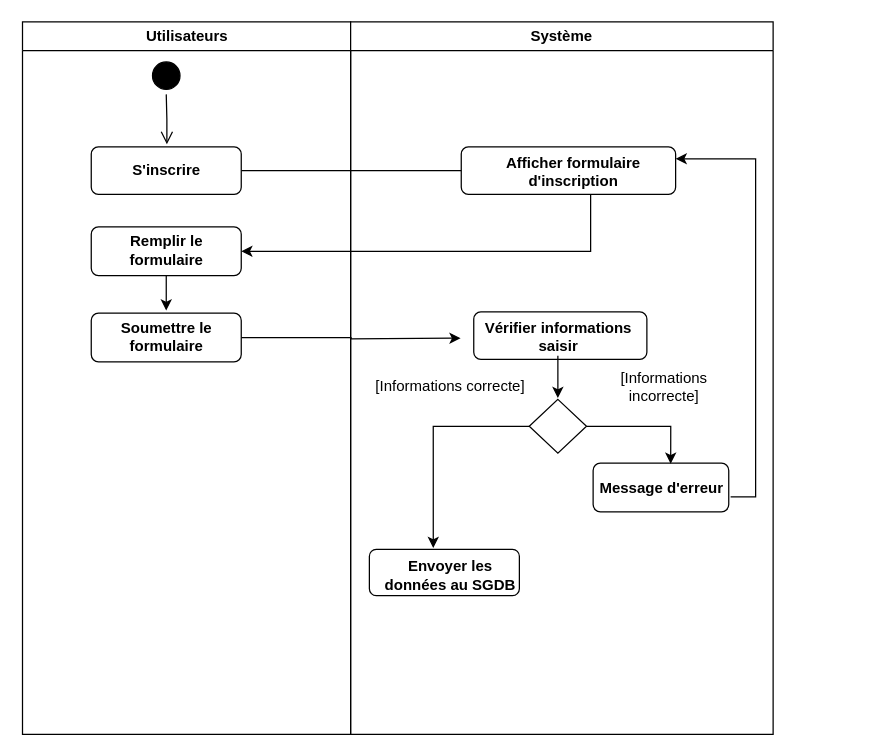
Before: act3.drawio in louis-fresnel99/TpGasaL1, a draw.io diagram. Source tidied: cells renumbered, new cells numbered last; positions are measured from the earlier drawing's top-left corner, leaving out a move shared by most shapes. Both pictures are drawn from the tidied source at 125%, with x=0, y=0 at pixel (21, 21).
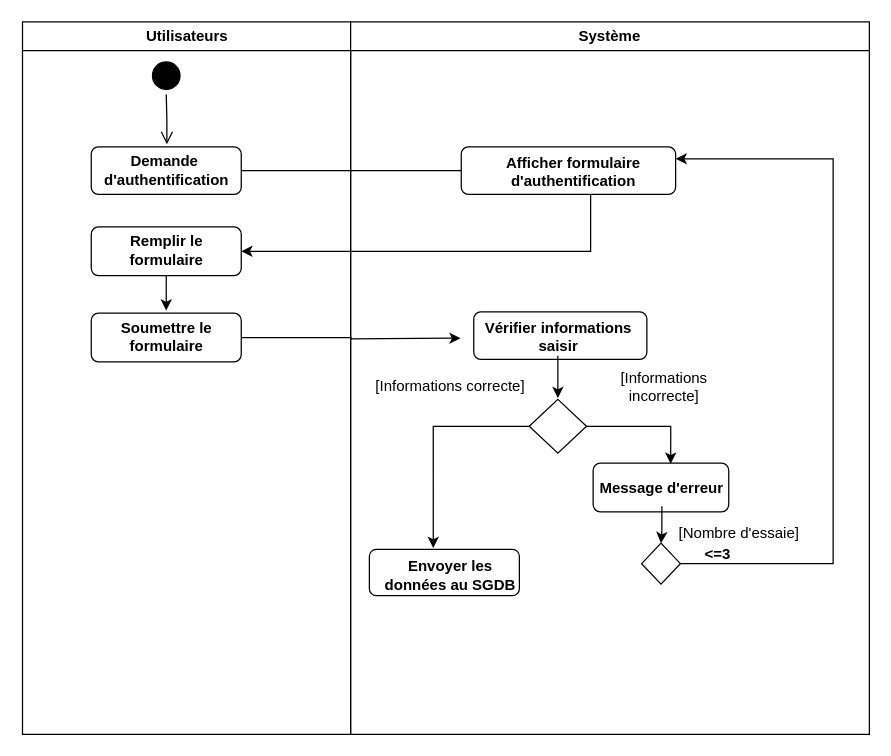
The same page after the edit.

Commit message (it also covers changes not shown here):
Mettre à jour act3.drawio

The change refers to these unchanged cells:
```xml
<mxCell id="2" value="Utilisateurs" style="swimlane;whiteSpace=wrap;" parent="1" vertex="1">
  <mxGeometry x="0.5" width="262.5" height="570" as="geometry" />
</mxCell>
<mxCell id="15" style="rounded=1;whiteSpace=wrap;html=1;" parent="14" vertex="1">
  <mxGeometry x="88.5" y="100" width="171.5" height="38" as="geometry" />
</mxCell>
<mxCell id="25" value="&lt;b&gt;Message d'erreur&lt;/b&gt;" style="text;html=1;align=center;verticalAlign=middle;whiteSpace=wrap;rounded=0;" parent="14" vertex="1">
  <mxGeometry x="194" y="357.5" width="110" height="30" as="geometry" />
</mxCell>
```

Diff of the diagram source:
```diff
@@
-    <mxCell id="7" value="&lt;b&gt;S'inscrire&lt;/b&gt;" style="text;html=1;align=center;verticalAlign=middle;whiteSpace=wrap;rounded=0;" parent="2" vertex="1">
+    <mxCell id="7" value="&lt;b&gt;Demande&amp;nbsp; d'authentification&lt;/b&gt;" style="text;html=1;align=center;verticalAlign=middle;whiteSpace=wrap;rounded=0;" parent="2" vertex="1">
       <mxGeometry x="85" y="104" width="60" height="30" as="geometry" />
     </mxCell>
@@
     <mxCell id="14" value="Système" style="swimlane;whiteSpace=wrap;" parent="1" vertex="1">
-      <mxGeometry x="263" width="338" height="570" as="geometry" />
+      <mxGeometry x="263" width="415" height="570" as="geometry" />
     </mxCell>
@@
-    <mxCell id="16" value="&lt;b&gt;Afficher formulaire d'inscription&lt;/b&gt;" style="text;html=1;align=center;verticalAlign=middle;whiteSpace=wrap;rounded=0;" parent="14" vertex="1">
+    <mxCell id="16" value="&lt;b&gt;Afficher formulaire d'authentification&lt;/b&gt;" style="text;html=1;align=center;verticalAlign=middle;whiteSpace=wrap;rounded=0;" parent="14" vertex="1">
       <mxGeometry x="115.5" y="105" width="124.5" height="30" as="geometry" />
     </mxCell>
@@
-    <mxCell id="24" style="edgeStyle=orthogonalEdgeStyle;rounded=0;jettySize=auto;html=1;entryX=1;entryY=0.25;entryDx=0;entryDy=0;exitX=1;exitY=0.75;exitDx=0;exitDy=0;" parent="14" edge="1" source="25" target="15">
-      <mxGeometry relative="1" as="geometry" />
-    </mxCell>
@@
+    <mxCell id="31" style="edgeStyle=orthogonalEdgeStyle;rounded=0;jettySize=auto;html=1;entryX=1;entryY=0.25;entryDx=0;entryDy=0;" parent="14" edge="1" source="32" target="15">
+      <mxGeometry relative="1" as="geometry">
+        <Array as="points">
+          <mxPoint x="386" y="433" />
+          <mxPoint x="386" y="110" />
+        </Array>
+      </mxGeometry>
+    </mxCell>
+    <mxCell id="32" style="rhombus;whiteSpace=wrap;html=1;" parent="14" vertex="1">
+      <mxGeometry x="232.8" y="417" width="31" height="32.8" as="geometry" />
+    </mxCell>
+    <mxCell id="33" style="edgeStyle=orthogonalEdgeStyle;rounded=0;jettySize=auto;html=1;" parent="14" edge="1" source="25" target="32">
+      <mxGeometry relative="1" as="geometry" />
+    </mxCell>
+    <mxCell id="34" value="[Nombre d'essaie]" style="text;html=1;align=center;verticalAlign=middle;whiteSpace=wrap;rounded=0;" parent="14" vertex="1">
+      <mxGeometry x="249" y="395" width="124" height="27" as="geometry" />
+    </mxCell>
+    <mxCell id="35" value="&lt;b&gt;&amp;lt;=3&lt;/b&gt;" style="text;html=1;align=center;verticalAlign=middle;whiteSpace=wrap;rounded=0;" parent="14" vertex="1">
+      <mxGeometry x="281" y="417" width="26" height="17" as="geometry" />
+    </mxCell>
```
